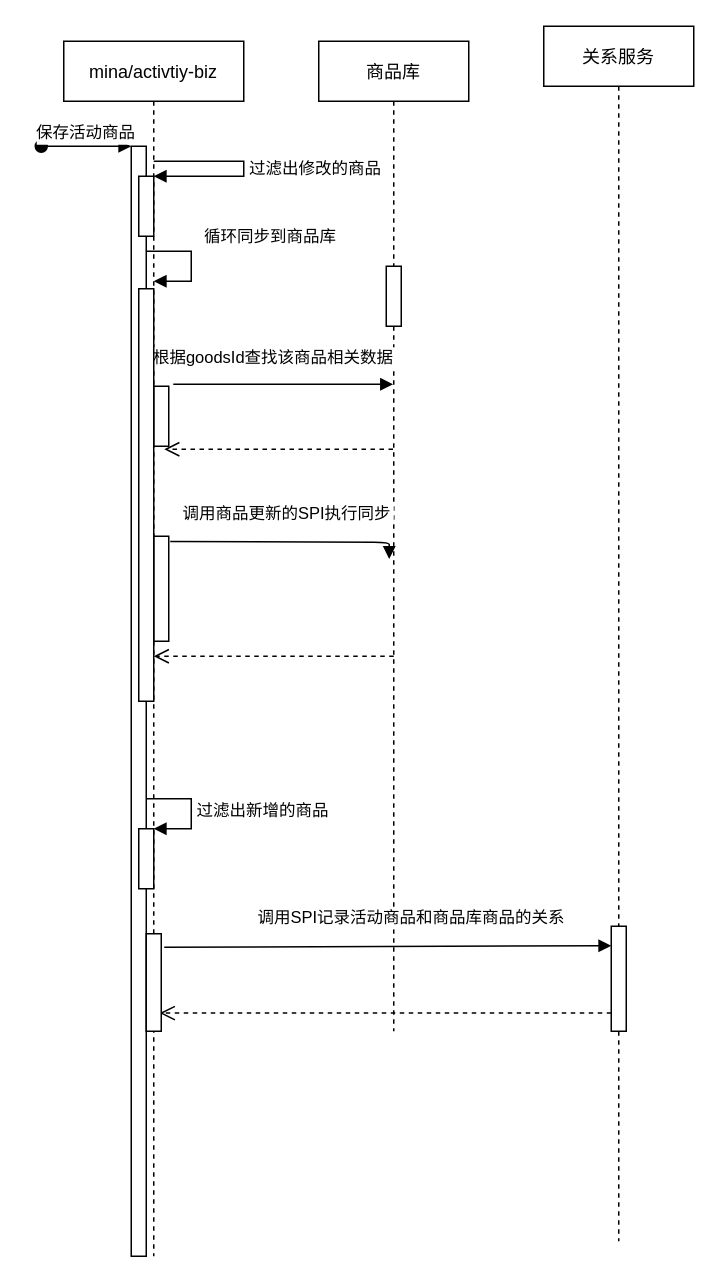
Above: Activity-To-Goods.drawio in Luffybaga/draw (draw.io), before the change. Source tidied: cells renumbered, new cells numbered last; positions are measured from the earlier drawing's top-left corner, leaving out a move shared by most shapes. Both pictures are drawn from the tidied source at 150%, with x=0, y=0 at pixel (40, 26).
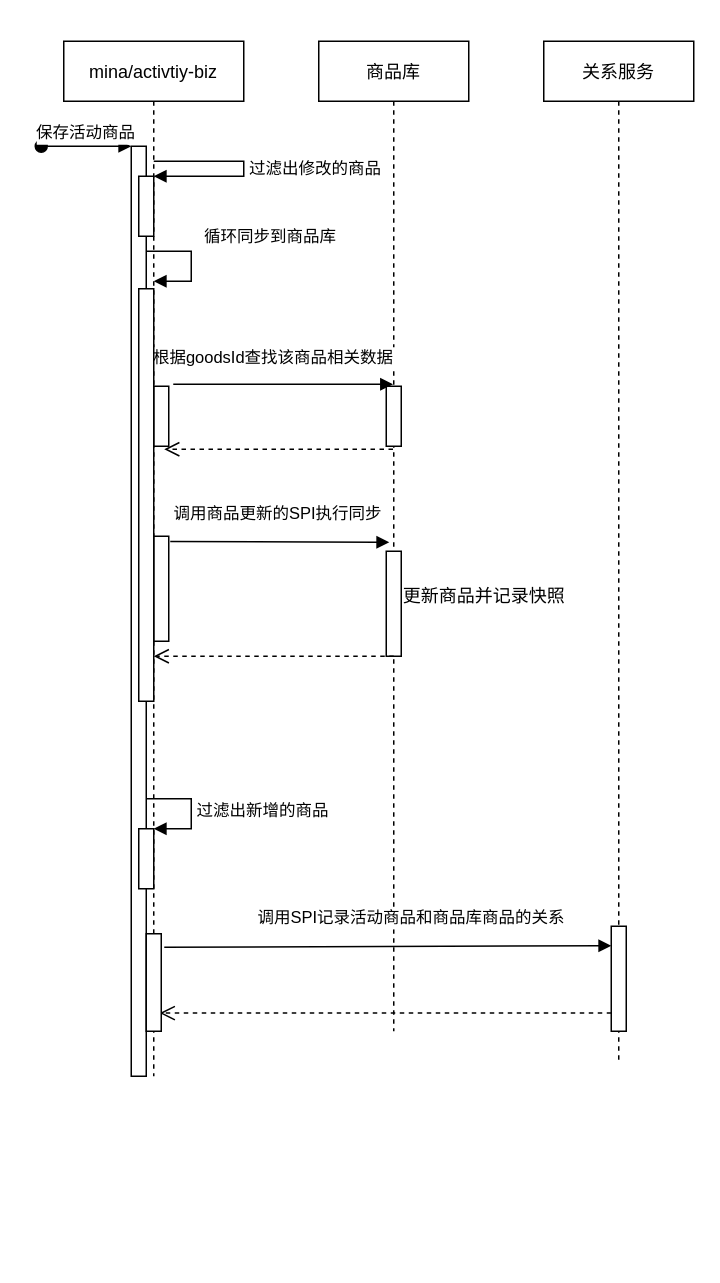
Above is the later version.

Unchanged cells that the change refers to:
```xml
<mxCell id="6" style="html=1;points=[];perimeter=orthogonalPerimeter;" parent="2" vertex="1">
  <mxGeometry x="60" y="330" width="10" height="70" as="geometry" />
</mxCell>
<mxCell id="12" value="商品库" style="shape=umlLifeline;perimeter=lifelinePerimeter;rounded=0;shadow=0;strokeWidth=1;" parent="1" vertex="1">
  <mxGeometry x="185" y="10" width="100" height="660" as="geometry" />
</mxCell>
```

What changed in the source:
```diff
@@
     <mxCell id="2" value="mina/activtiy-biz" style="shape=umlLifeline;perimeter=lifelinePerimeter;rounded=0;shadow=0;strokeWidth=1;" parent="1" vertex="1">
-      <mxGeometry x="15" y="10" width="120" height="810" as="geometry" />
+      <mxGeometry x="15" y="10" width="120" height="690" as="geometry" />
     </mxCell>
     <mxCell id="3" style="points=[];perimeter=orthogonalPerimeter;rounded=0;shadow=0;strokeWidth=1;" parent="2" vertex="1">
-      <mxGeometry x="45" y="70" width="10" height="740" as="geometry" />
+      <mxGeometry x="45" y="70" width="10" height="620" as="geometry" />
     </mxCell>
@@
     <mxCell id="13" style="perimeter=orthogonalPerimeter;rounded=0;shadow=0;strokeWidth=1;" parent="12" vertex="1">
-      <mxGeometry x="45" y="150" width="10" height="40" as="geometry" />
+      <mxGeometry x="45" y="230" width="10" height="40" as="geometry" />
     </mxCell>
+    <mxCell id="24" style="html=1;perimeter=orthogonalPerimeter;" parent="12" vertex="1">
+      <mxGeometry x="45" y="340" width="10" height="70" as="geometry" />
+    </mxCell>
     <mxCell id="14" value="关系服务" style="shape=umlLifeline;perimeter=lifelinePerimeter;rounded=0;shadow=0;strokeWidth=1;" parent="1" vertex="1">
-      <mxGeometry x="335" width="100" height="810" as="geometry" />
+      <mxGeometry x="335" y="10" width="100" height="680" as="geometry" />
     </mxCell>
     <mxCell id="15" style="points=[];perimeter=orthogonalPerimeter;rounded=0;shadow=0;strokeWidth=1;" parent="14" vertex="1">
-      <mxGeometry x="45" y="600" width="10" height="70" as="geometry" />
+      <mxGeometry x="45" y="590" width="10" height="70" as="geometry" />
     </mxCell>
@@
-    <mxCell id="20" value="调用商品更新的SPI执行同步" style="verticalAlign=bottom;endArrow=block;shadow=0;strokeWidth=1;exitX=1.1;exitY=0.05;exitDx=0;exitDy=0;exitPerimeter=0;entryX=0.47;entryY=0.523;entryDx=0;entryDy=0;entryPerimeter=0;" parent="1" edge="1" source="6" target="12">
+    <mxCell id="20" value="调用商品更新的SPI执行同步" style="verticalAlign=bottom;endArrow=block;shadow=0;strokeWidth=1;exitX=1.1;exitY=0.05;exitDx=0;exitDy=0;exitPerimeter=0;" parent="1" edge="1" source="6">
       <mxGeometry x="-0.01" y="10" relative="1" as="geometry">
+        <mxPoint x="232" y="344" as="targetPoint" />
         <Array as="points">
           <mxPoint x="232" y="344" />
         </Array>
       </mxGeometry>
     </mxCell>
@@
+    <mxCell id="25" value="更新商品并记录快照" style="text;html=1;align=center;verticalAlign=middle;strokeColor=none;" parent="1" vertex="1">
+      <mxGeometry x="235" y="370" width="120" height="20" as="geometry" />
+    </mxCell>
```
